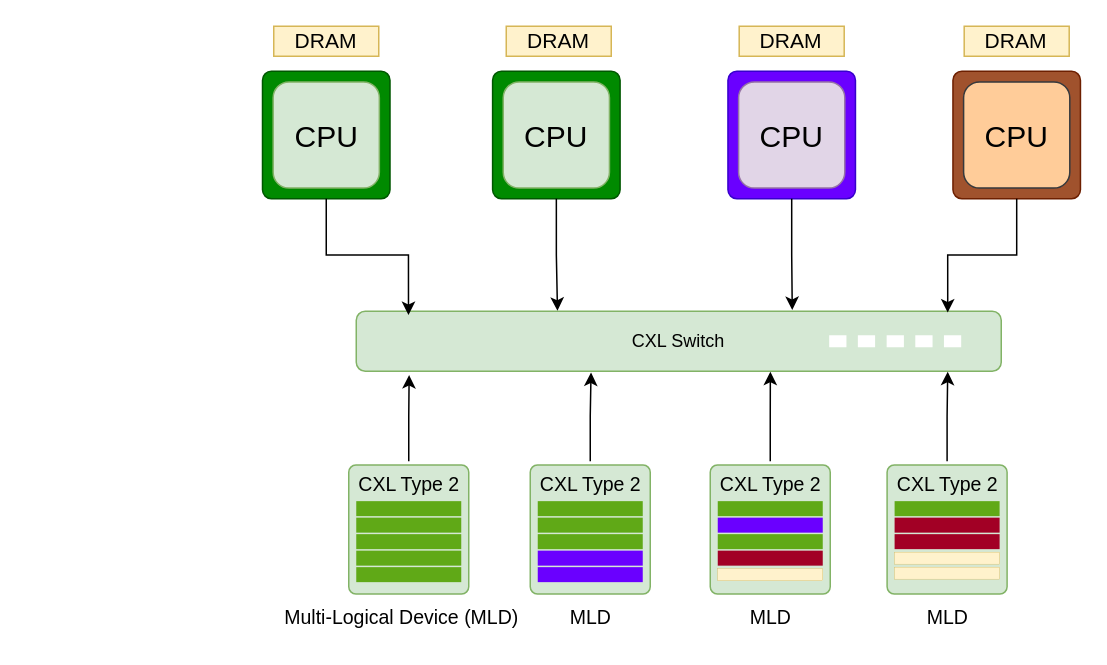
This is Figure 4b - Actual Memory Sharing MLDs With a Switch.drawio from kamilkhan52/cxl_diagrams, a draw.io file, before an edit. Source tidied: cells renumbered, new cells numbered last; positions are measured from the earlier drawing's top-left corner, leaving out a move shared by most shapes. Both pictures are drawn from the tidied source at 150%, with x=0, y=0 at pixel (262, 26).
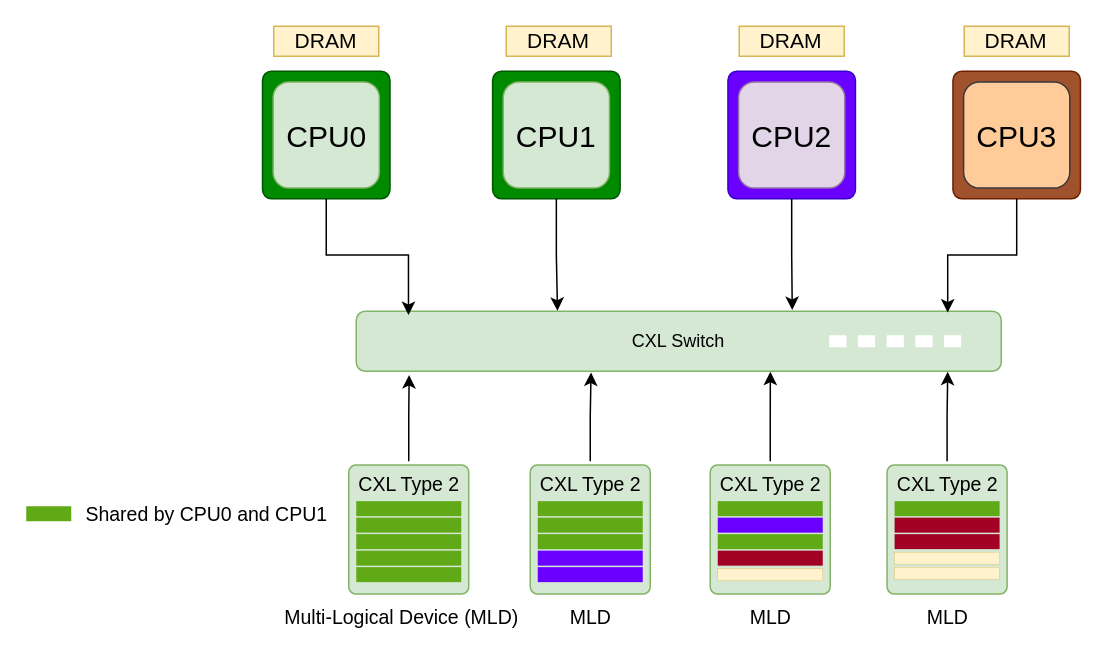
The same page after the edit.

The change refers to these unchanged cells:
```xml
<mxCell id="34" style="group;fillColor=default;gradientColor=none;strokeColor=none;" parent="1" vertex="1">
  <mxGeometry x="-0.5" y="30" width="85" height="85" as="geometry" />
</mxCell>
<mxCell id="37" style="group;fillColor=default;gradientColor=none;strokeColor=none;" parent="1" vertex="1">
  <mxGeometry x="152.9" y="30" width="85" height="85" as="geometry" />
</mxCell>
<mxCell id="40" style="group;fillColor=default;gradientColor=none;strokeColor=none;" parent="1" vertex="1">
  <mxGeometry x="309.8" y="30" width="85" height="85" as="geometry" />
</mxCell>
<mxCell id="43" style="group;fillColor=default;gradientColor=none;strokeColor=none;" parent="1" vertex="1">
  <mxGeometry x="459.8" y="30" width="85" height="85" as="geometry" />
</mxCell>
```

Change to the diagram source:
```diff
@@
-    <mxCell id="36" value="&lt;font style=&quot;font-size: 20px;&quot;&gt;CPU&lt;/font&gt;" style="rounded=1;whiteSpace=wrap;html=1;fillColor=#d5e8d4;strokeColor=#82b366;shadow=0;" parent="34" vertex="1">
+    <mxCell id="36" value="&lt;font style=&quot;font-size: 20px;&quot;&gt;CPU0&lt;/font&gt;" style="rounded=1;whiteSpace=wrap;html=1;fillColor=#d5e8d4;strokeColor=#82b366;shadow=0;" parent="34" vertex="1">
       <mxGeometry x="7.1" y="7.1" width="70.8" height="70.8" as="geometry" />
     </mxCell>
@@
-    <mxCell id="39" value="&lt;font style=&quot;font-size: 20px;&quot;&gt;CPU&lt;/font&gt;" style="rounded=1;whiteSpace=wrap;html=1;fillColor=#d5e8d4;strokeColor=#82b366;shadow=0;" parent="37" vertex="1">
+    <mxCell id="39" value="&lt;font style=&quot;font-size: 20px;&quot;&gt;CPU1&lt;/font&gt;" style="rounded=1;whiteSpace=wrap;html=1;fillColor=#d5e8d4;strokeColor=#82b366;shadow=0;" parent="37" vertex="1">
       <mxGeometry x="7.1" y="7.1" width="70.8" height="70.8" as="geometry" />
     </mxCell>
@@
-    <mxCell id="42" value="&lt;font style=&quot;font-size: 20px;&quot;&gt;CPU&lt;/font&gt;" style="rounded=1;whiteSpace=wrap;html=1;fillColor=#e1d5e7;strokeColor=#9673a6;shadow=0;" parent="40" vertex="1">
+    <mxCell id="42" value="&lt;font style=&quot;font-size: 20px;&quot;&gt;CPU2&lt;/font&gt;" style="rounded=1;whiteSpace=wrap;html=1;fillColor=#e1d5e7;strokeColor=#9673a6;shadow=0;" parent="40" vertex="1">
       <mxGeometry x="7.1" y="7.1" width="70.8" height="70.8" as="geometry" />
     </mxCell>
@@
-    <mxCell id="45" value="&lt;font style=&quot;font-size: 20px;&quot;&gt;CPU&lt;/font&gt;" style="rounded=1;whiteSpace=wrap;html=1;fillColor=#ffcc99;strokeColor=#36393d;shadow=0;" parent="43" vertex="1">
+    <mxCell id="45" value="&lt;font style=&quot;font-size: 20px;&quot;&gt;CPU3&lt;/font&gt;" style="rounded=1;whiteSpace=wrap;html=1;fillColor=#ffcc99;strokeColor=#36393d;shadow=0;" parent="43" vertex="1">
       <mxGeometry x="7.1" y="7.1" width="70.8" height="70.8" as="geometry" />
     </mxCell>
@@
+    <mxCell id="65" style="group;" parent="1" vertex="1">
+      <mxGeometry x="-158" y="310" width="210" height="30" as="geometry" />
+    </mxCell>
+    <mxCell id="66" style="rounded=0;whiteSpace=wrap;html=1;fillColor=#60a917;strokeColor=none;shadow=0;fontColor=#ffffff;textShadow=0;" parent="65" vertex="1">
+      <mxGeometry y="10" width="30" height="10" as="geometry" />
+    </mxCell>
+    <mxCell id="67" value="&lt;font style=&quot;font-size: 13px;&quot;&gt;Shared by CPU0 and&amp;nbsp;&lt;/font&gt;&lt;span style=&quot;font-size: 13px;&quot;&gt;CPU1&lt;/span&gt;" style="text;html=1;align=center;verticalAlign=middle;strokeColor=none;fillColor=none;labelBackgroundColor=none;fontColor=#000000;fontSize=13;" parent="65" vertex="1">
+      <mxGeometry x="30" width="180" height="30" as="geometry" />
+    </mxCell>
```
